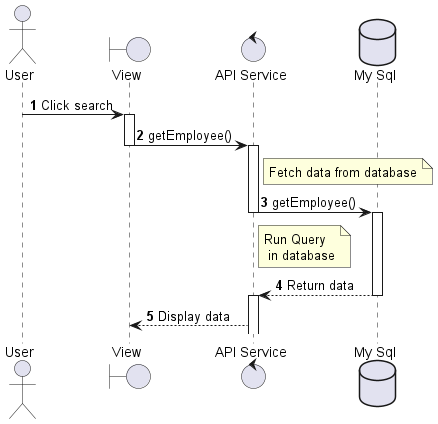
Fitranda/Diagram keeps this PlantUML diagram as out/sequenceDiagram_Employee_getData/sequenceDiagram_Employee_getData.png. Above is the earlier version. The source it was exported from:
```plantuml
@startuml sequenceDiagram_Employee_getData
actor User
boundary "View" as View
control "API Service" as APIService
database "My Sql" as DB

autonumber
User -> View --++ : Click search
View -> APIService --++ : getEmployee()
note right of APIService: Fetch data from database
APIService -> DB --++ : getEmployee()
note right of APIService: Run Query \n in database
DB --> APIService --++ : Return data
APIService --> View : Display data
@enduml
```
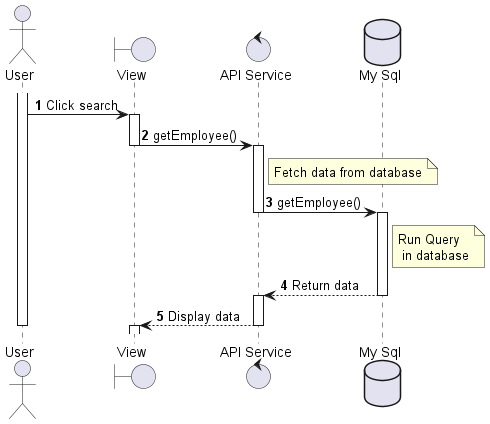
After the change.

What changed in the source:
```diff
@@ -5,11 +5,21 @@
 database "My Sql" as DB
 
 autonumber
-User -> View --++ : Click search
-View -> APIService --++ : getEmployee()
+activate User
+User -> View : Click search
+activate View
+View -> APIService : getEmployee()
+deactivate View
+activate APIService
 note right of APIService: Fetch data from database
-APIService -> DB --++ : getEmployee()
-note right of APIService: Run Query \n in database
-DB --> APIService --++ : Return data
-APIService --> View : Display data
+APIService -> DB : getEmployee()
+deactivate APIService
+activate DB
+note right of DB: Run Query \n in database
+DB --> APIService : Return data
+deactivate DB
+activate APIService
+APIService --> View --++: Display data
+deactivate APIService
+deactivate User
 @enduml
```
